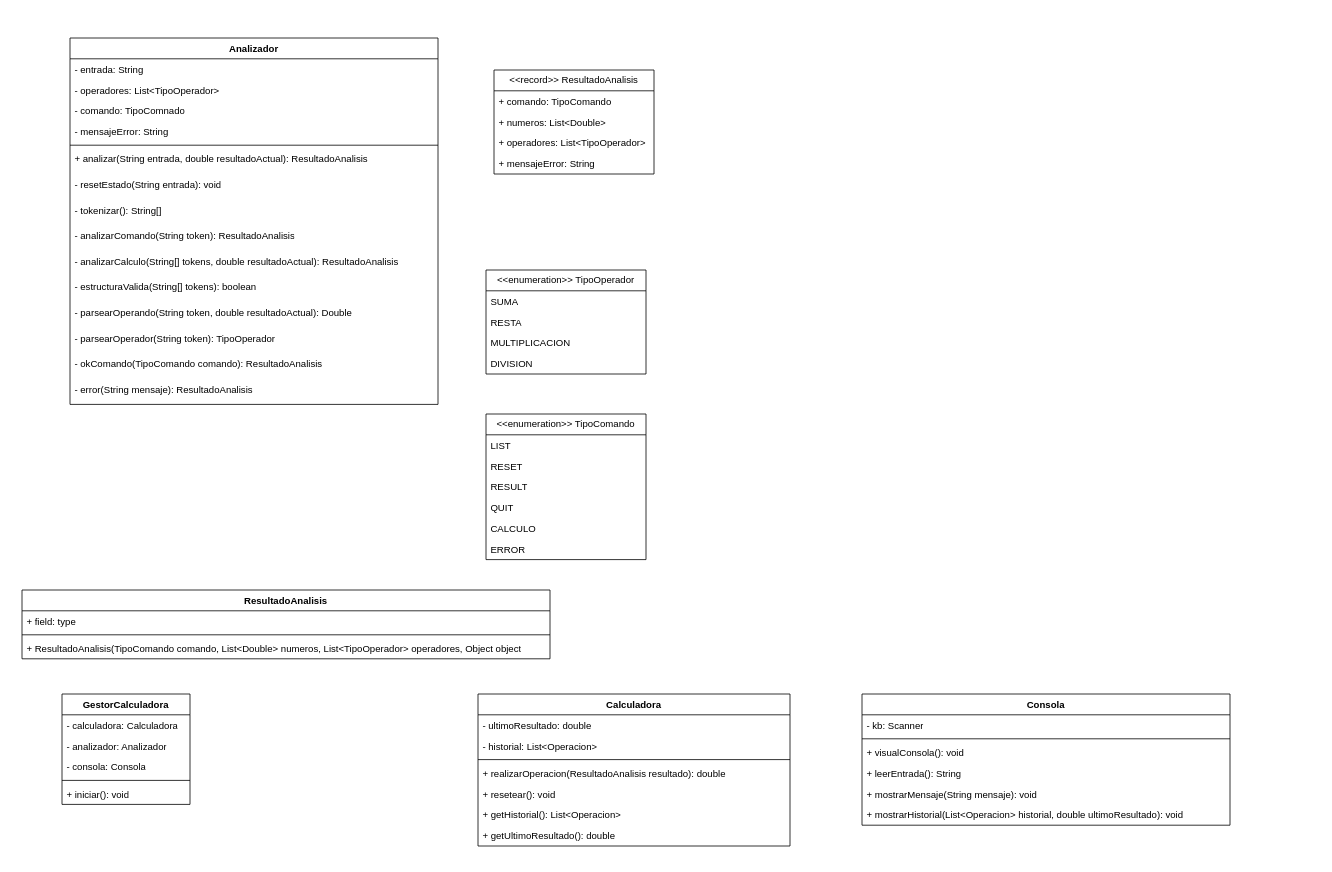
The draw.io diagram diagrama/diagrama.drawio in jgonbur142/P04_Calculadora_Especial, before the edit. Source tidied: cells renumbered, new cells numbered last; positions are measured from the earlier drawing's top-left corner, leaving out a move shared by most shapes. Both pictures are drawn from the tidied source at 80%, with x=0, y=0 at pixel (22, 38).
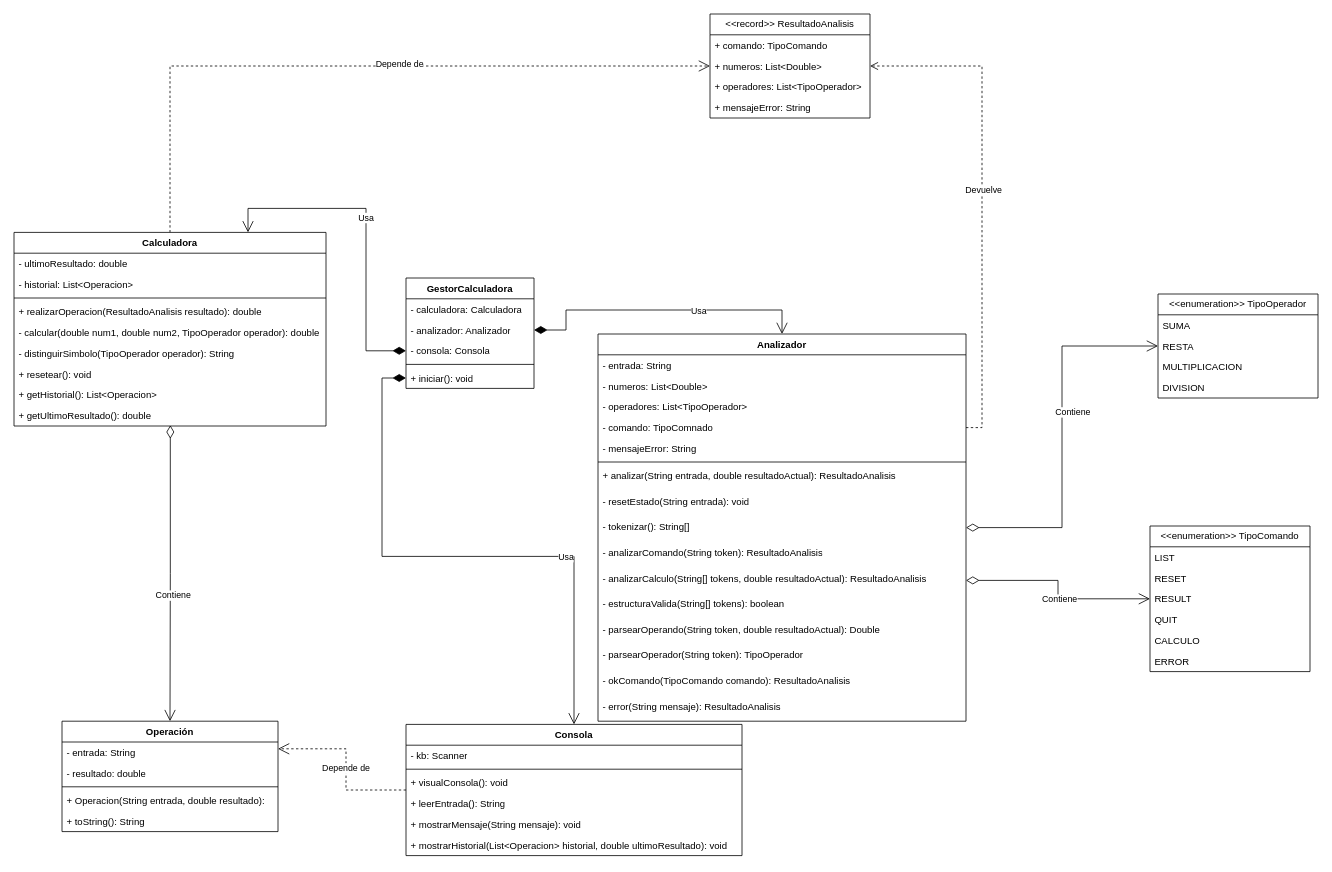
The same diagram, later.

Commit message (it also covers changes not shown here):
||Trabajo en casa||Calculadora terminada, Analizador, Consola, Gestor, Calculadora y Operacion editadas + UML terminado.

Unchanged cells that the change refers to:
```xml
<mxCell id="20" value="+ numeros: List&amp;lt;Double&amp;gt;" style="text;strokeColor=none;fillColor=none;align=left;verticalAlign=top;spacingLeft=4;spacingRight=4;overflow=hidden;points=[[0,0.5],[1,0.5]];portConstraint=eastwest;whiteSpace=wrap;html=1;" parent="18" vertex="1">
  <mxGeometry y="52" width="200" height="26" as="geometry" />
</mxCell>
<mxCell id="25" value="RESTA" style="text;strokeColor=none;fillColor=none;align=left;verticalAlign=top;spacingLeft=4;spacingRight=4;overflow=hidden;points=[[0,0.5],[1,0.5]];portConstraint=eastwest;whiteSpace=wrap;html=1;" parent="23" vertex="1">
  <mxGeometry y="52" width="200" height="26" as="geometry" />
</mxCell>
<mxCell id="31" value="RESULT" style="text;strokeColor=none;fillColor=none;align=left;verticalAlign=top;spacingLeft=4;spacingRight=4;overflow=hidden;points=[[0,0.5],[1,0.5]];portConstraint=eastwest;whiteSpace=wrap;html=1;" parent="28" vertex="1">
  <mxGeometry y="78" width="200" height="26" as="geometry" />
</mxCell>
<mxCell id="41" value="- analizador: Analizador" style="text;strokeColor=none;fillColor=none;align=left;verticalAlign=top;spacingLeft=4;spacingRight=4;overflow=hidden;points=[[0,0.5],[1,0.5]];portConstraint=eastwest;whiteSpace=wrap;html=1;" parent="39" vertex="1">
  <mxGeometry y="52" width="160" height="26" as="geometry" />
</mxCell>
<mxCell id="42" value="- consola: Consola" style="text;strokeColor=none;fillColor=none;align=left;verticalAlign=top;spacingLeft=4;spacingRight=4;overflow=hidden;points=[[0,0.5],[1,0.5]];portConstraint=eastwest;whiteSpace=wrap;html=1;" parent="39" vertex="1">
  <mxGeometry y="78" width="160" height="26" as="geometry" />
</mxCell>
<mxCell id="44" value="+ iniciar(): void" style="text;strokeColor=none;fillColor=none;align=left;verticalAlign=top;spacingLeft=4;spacingRight=4;overflow=hidden;points=[[0,0.5],[1,0.5]];portConstraint=eastwest;whiteSpace=wrap;html=1;" parent="39" vertex="1">
  <mxGeometry y="112" width="160" height="26" as="geometry" />
</mxCell>
```

The edit, as a diff of the source:
```diff
@@
+    <mxCell id="60" value="Contiene" style="edgeStyle=orthogonalEdgeStyle;rounded=0;jettySize=auto;html=1;entryX=0;entryY=0.5;entryDx=0;entryDy=0;endArrow=open;endSize=12;startArrow=diamondThin;startSize=14;startFill=0;align=left;verticalAlign=bottom;" parent="1" edge="1" source="2" target="25">
+      <mxGeometry x="0.09" y="10" relative="1" as="geometry" />
+    </mxCell>
     <mxCell id="2" value="Analizador" style="swimlane;fontStyle=1;align=center;verticalAlign=top;horizontal=1;startSize=26;whiteSpace=wrap;html=1;" parent="1" vertex="1">
-      <mxGeometry x="60" width="460" height="458" as="geometry" />
+      <mxGeometry x="720" y="370" width="460" height="484" as="geometry" />
     </mxCell>
@@
+    <mxCell id="61" value="- numeros: List&amp;lt;Double&amp;gt;" style="text;strokeColor=none;fillColor=none;align=left;verticalAlign=top;spacingLeft=4;spacingRight=4;overflow=hidden;whiteSpace=wrap;html=1;" parent="2" vertex="1">
+      <mxGeometry y="52" width="460" height="26" as="geometry" />
+    </mxCell>
     <mxCell id="4" value="- operadores: List&amp;lt;TipoOperador&amp;gt;" style="text;strokeColor=none;fillColor=none;align=left;verticalAlign=top;spacingLeft=4;spacingRight=4;overflow=hidden;whiteSpace=wrap;html=1;" parent="2" vertex="1">
-      <mxGeometry y="52" width="460" height="26" as="geometry" />
+      <mxGeometry y="78" width="460" height="26" as="geometry" />
     </mxCell>
     <mxCell id="5" value="- comando: TipoComnado" style="text;strokeColor=none;fillColor=none;align=left;verticalAlign=top;spacingLeft=4;spacingRight=4;overflow=hidden;points=[[0,0.5],[1,0.5]];portConstraint=eastwest;whiteSpace=wrap;html=1;" parent="2" vertex="1">
-      <mxGeometry y="78" width="460" height="26" as="geometry" />
+      <mxGeometry y="104" width="460" height="26" as="geometry" />
     </mxCell>
     <mxCell id="6" value="- mensajeError: String" style="text;strokeColor=none;fillColor=none;align=left;verticalAlign=top;spacingLeft=4;spacingRight=4;overflow=hidden;whiteSpace=wrap;html=1;" parent="2" vertex="1">
-      <mxGeometry y="104" width="460" height="26" as="geometry" />
+      <mxGeometry y="130" width="460" height="26" as="geometry" />
     </mxCell>
     <mxCell id="7" style="line;strokeWidth=1;fillColor=none;align=left;verticalAlign=middle;spacingTop=-1;spacingLeft=3;spacingRight=3;labelPosition=right;strokeColor=inherit;" parent="2" vertex="1">
-      <mxGeometry y="130" width="460" height="8" as="geometry" />
+      <mxGeometry y="156" width="460" height="8" as="geometry" />
     </mxCell>
     <mxCell id="8" value="+ analizar(String entrada, double resultadoActual): ResultadoAnalisis" style="text;strokeColor=none;fillColor=none;align=left;verticalAlign=top;spacingLeft=4;spacingRight=4;overflow=hidden;whiteSpace=wrap;html=1;" parent="2" vertex="1">
-      <mxGeometry y="138" width="460" height="32" as="geometry" />
+      <mxGeometry y="164" width="460" height="32" as="geometry" />
     </mxCell>
     <mxCell id="9" value="- resetEstado(String entrada): void" style="text;strokeColor=none;fillColor=none;align=left;verticalAlign=top;spacingLeft=4;spacingRight=4;overflow=hidden;whiteSpace=wrap;html=1;" parent="2" vertex="1">
-      <mxGeometry y="170" width="460" height="32" as="geometry" />
+      <mxGeometry y="196" width="460" height="32" as="geometry" />
     </mxCell>
     <mxCell id="10" value="- tokenizar(): String[]" style="text;strokeColor=none;fillColor=none;align=left;verticalAlign=top;spacingLeft=4;spacingRight=4;overflow=hidden;whiteSpace=wrap;html=1;" parent="2" vertex="1">
-      <mxGeometry y="202" width="460" height="32" as="geometry" />
+      <mxGeometry y="228" width="460" height="32" as="geometry" />
     </mxCell>
     <mxCell id="11" value="- analizarComando(String token): ResultadoAnalisis" style="text;strokeColor=none;fillColor=none;align=left;verticalAlign=top;spacingLeft=4;spacingRight=4;overflow=hidden;whiteSpace=wrap;html=1;" parent="2" vertex="1">
-      <mxGeometry y="234" width="460" height="32" as="geometry" />
+      <mxGeometry y="260" width="460" height="32" as="geometry" />
     </mxCell>
     <mxCell id="12" value="- analizarCalculo(String[] tokens, double resultadoActual): ResultadoAnalisis" style="text;strokeColor=none;fillColor=none;align=left;verticalAlign=top;spacingLeft=4;spacingRight=4;overflow=hidden;points=[[0,0.5],[1,0.5]];portConstraint=eastwest;whiteSpace=wrap;html=1;" parent="2" vertex="1">
-      <mxGeometry y="266" width="460" height="32" as="geometry" />
+      <mxGeometry y="292" width="460" height="32" as="geometry" />
     </mxCell>
     <mxCell id="13" value="- estructuraValida(String[] tokens): boolean" style="text;strokeColor=none;fillColor=none;align=left;verticalAlign=top;spacingLeft=4;spacingRight=4;overflow=hidden;whiteSpace=wrap;html=1;" parent="2" vertex="1">
-      <mxGeometry y="298" width="460" height="32" as="geometry" />
+      <mxGeometry y="324" width="460" height="32" as="geometry" />
     </mxCell>
     <mxCell id="14" value="- parsearOperando(String token, double resultadoActual): Double" style="text;strokeColor=none;fillColor=none;align=left;verticalAlign=top;spacingLeft=4;spacingRight=4;overflow=hidden;whiteSpace=wrap;html=1;" parent="2" vertex="1">
-      <mxGeometry y="330" width="460" height="32" as="geometry" />
+      <mxGeometry y="356" width="460" height="32" as="geometry" />
     </mxCell>
     <mxCell id="15" value="- parsearOperador(String token): TipoOperador" style="text;strokeColor=none;fillColor=none;align=left;verticalAlign=top;spacingLeft=4;spacingRight=4;overflow=hidden;whiteSpace=wrap;html=1;" parent="2" vertex="1">
-      <mxGeometry y="362" width="460" height="32" as="geometry" />
+      <mxGeometry y="388" width="460" height="32" as="geometry" />
     </mxCell>
     <mxCell id="16" value="- okComando(TipoComando comando): ResultadoAnalisis" style="text;strokeColor=none;fillColor=none;align=left;verticalAlign=top;spacingLeft=4;spacingRight=4;overflow=hidden;whiteSpace=wrap;html=1;" parent="2" vertex="1">
-      <mxGeometry y="394" width="460" height="32" as="geometry" />
+      <mxGeometry y="420" width="460" height="32" as="geometry" />
     </mxCell>
     <mxCell id="17" value="- error(String mensaje): ResultadoAnalisis" style="text;strokeColor=none;fillColor=none;align=left;verticalAlign=top;spacingLeft=4;spacingRight=4;overflow=hidden;whiteSpace=wrap;html=1;" parent="2" vertex="1">
-      <mxGeometry y="426" width="460" height="32" as="geometry" />
+      <mxGeometry y="452" width="460" height="32" as="geometry" />
     </mxCell>
     <mxCell id="18" value="&amp;lt;&amp;lt;record&amp;gt;&amp;gt; ResultadoAnalisis" style="swimlane;fontStyle=0;horizontal=1;startSize=26;fillColor=none;whiteSpace=wrap;html=1;" parent="1" vertex="1">
-      <mxGeometry x="590" y="40" width="200" height="130" as="geometry" />
+      <mxGeometry x="860" y="-30" width="200" height="130" as="geometry" />
     </mxCell>
@@
     <mxCell id="23" value="&amp;lt;&amp;lt;enumeration&amp;gt;&amp;gt; TipoOperador" style="swimlane;fontStyle=0;horizontal=1;startSize=26;fillColor=none;whiteSpace=wrap;html=1;" parent="1" vertex="1">
-      <mxGeometry x="580" y="290" width="200" height="130" as="geometry" />
+      <mxGeometry x="1420" y="320" width="200" height="130" as="geometry" />
     </mxCell>
@@
     <mxCell id="28" value="&amp;lt;&amp;lt;enumeration&amp;gt;&amp;gt; TipoComando" style="swimlane;fontStyle=0;horizontal=1;startSize=26;fillColor=none;whiteSpace=wrap;html=1;" parent="1" vertex="1">
-      <mxGeometry x="580" y="470" width="200" height="182" as="geometry" />
+      <mxGeometry x="1410" y="610" width="200" height="182" as="geometry" />
     </mxCell>
@@
-    <mxCell id="35" value="ResultadoAnalisis" style="swimlane;fontStyle=1;align=center;verticalAlign=top;horizontal=1;startSize=26;whiteSpace=wrap;html=1;" parent="1" vertex="1">
-      <mxGeometry y="690" width="660" height="86" as="geometry" />
+    <mxCell id="35" value="Operación" style="swimlane;fontStyle=1;align=center;verticalAlign=top;horizontal=1;startSize=26;whiteSpace=wrap;html=1;" parent="1" vertex="1">
+      <mxGeometry x="50" y="854" width="270" height="138" as="geometry" />
     </mxCell>
-    <mxCell id="36" value="+ field: type" style="text;strokeColor=none;fillColor=none;align=left;verticalAlign=top;spacingLeft=4;spacingRight=4;overflow=hidden;whiteSpace=wrap;html=1;" parent="35" vertex="1">
-      <mxGeometry y="26" width="660" height="26" as="geometry" />
+    <mxCell id="36" value="- entrada: String" style="text;strokeColor=none;fillColor=none;align=left;verticalAlign=top;spacingLeft=4;spacingRight=4;overflow=hidden;whiteSpace=wrap;html=1;" parent="35" vertex="1">
+      <mxGeometry y="26" width="270" height="26" as="geometry" />
     </mxCell>
+    <mxCell id="62" value="- resultado: double" style="text;strokeColor=none;fillColor=none;align=left;verticalAlign=top;spacingLeft=4;spacingRight=4;overflow=hidden;whiteSpace=wrap;html=1;" parent="35" vertex="1">
+      <mxGeometry y="52" width="270" height="26" as="geometry" />
+    </mxCell>
     <mxCell id="37" style="line;strokeWidth=1;fillColor=none;align=left;verticalAlign=middle;spacingTop=-1;spacingLeft=3;spacingRight=3;labelPosition=right;strokeColor=inherit;" parent="35" vertex="1">
-      <mxGeometry y="52" width="660" height="8" as="geometry" />
+      <mxGeometry y="78" width="270" height="8" as="geometry" />
     </mxCell>
+    <mxCell id="63" value="+ Operacion(String entrada, double resultado):" style="text;strokeColor=none;fillColor=none;align=left;verticalAlign=top;spacingLeft=4;spacingRight=4;overflow=hidden;whiteSpace=wrap;html=1;" parent="35" vertex="1">
+      <mxGeometry y="86" width="270" height="26" as="geometry" />
+    </mxCell>
-    <mxCell id="38" value="+ ResultadoAnalisis(TipoComando comando, List&amp;lt;Double&amp;gt; numeros, List&amp;lt;TipoOperador&amp;gt; operadores, Object object" style="text;strokeColor=none;fillColor=none;align=left;verticalAlign=top;spacingLeft=4;spacingRight=4;overflow=hidden;whiteSpace=wrap;html=1;" parent="35" vertex="1">
-      <mxGeometry y="60" width="660" height="26" as="geometry" />
+    <mxCell id="38" value="+ toString(): String" style="text;strokeColor=none;fillColor=none;align=left;verticalAlign=top;spacingLeft=4;spacingRight=4;overflow=hidden;whiteSpace=wrap;html=1;" parent="35" vertex="1">
+      <mxGeometry y="112" width="270" height="26" as="geometry" />
     </mxCell>
     <mxCell id="39" value="GestorCalculadora" style="swimlane;fontStyle=1;align=center;verticalAlign=top;horizontal=1;startSize=26;whiteSpace=wrap;html=1;" parent="1" vertex="1">
-      <mxGeometry x="50" y="820" width="160" height="138" as="geometry" />
+      <mxGeometry x="480" y="300" width="160" height="138" as="geometry" />
     </mxCell>
@@
+    <mxCell id="64" style="edgeStyle=orthogonalEdgeStyle;rounded=0;jettySize=auto;html=1;entryX=0;entryY=0.5;entryDx=0;entryDy=0;endArrow=open;endSize=12;dashed=1;" parent="1" edge="1" source="45" target="20">
+      <mxGeometry relative="1" as="geometry" />
+    </mxCell>
+    <mxCell id="65" value="Depende de" style="edgeLabel;html=1;align=center;verticalAlign=middle;" parent="64" vertex="1">
+      <mxGeometry x="0.12" y="3" relative="1" as="geometry" />
+    </mxCell>
     <mxCell id="45" value="Calculadora" style="swimlane;fontStyle=1;align=center;verticalAlign=top;horizontal=1;startSize=26;whiteSpace=wrap;html=1;" parent="1" vertex="1">
-      <mxGeometry x="570" y="820" width="390" height="190" as="geometry" />
+      <mxGeometry x="-10" y="243" width="390" height="242" as="geometry" />
     </mxCell>
@@
+    <mxCell id="66" value="+ realizarOperacion(ResultadoAnalisis resultado): double" style="text;strokeColor=none;fillColor=none;align=left;verticalAlign=top;spacingLeft=4;spacingRight=4;overflow=hidden;whiteSpace=wrap;html=1;" parent="45" vertex="1">
+      <mxGeometry y="86" width="390" height="26" as="geometry" />
+    </mxCell>
+    <mxCell id="67" value="- calcular(double num1, double num2, TipoOperador operador): double" style="text;strokeColor=none;fillColor=none;align=left;verticalAlign=top;spacingLeft=4;spacingRight=4;overflow=hidden;whiteSpace=wrap;html=1;" parent="45" vertex="1">
+      <mxGeometry y="112" width="390" height="26" as="geometry" />
+    </mxCell>
-    <mxCell id="49" value="+ realizarOperacion(ResultadoAnalisis resultado): double" style="text;strokeColor=none;fillColor=none;align=left;verticalAlign=top;spacingLeft=4;spacingRight=4;overflow=hidden;whiteSpace=wrap;html=1;" parent="45" vertex="1">
-      <mxGeometry y="86" width="390" height="26" as="geometry" />
+    <mxCell id="49" value="- distinguirSimbolo(TipoOperador operador): String" style="text;strokeColor=none;fillColor=none;align=left;verticalAlign=top;spacingLeft=4;spacingRight=4;overflow=hidden;whiteSpace=wrap;html=1;" parent="45" vertex="1">
+      <mxGeometry y="138" width="390" height="26" as="geometry" />
     </mxCell>
     <mxCell id="50" value="+ resetear(): void" style="text;strokeColor=none;fillColor=none;align=left;verticalAlign=top;spacingLeft=4;spacingRight=4;overflow=hidden;whiteSpace=wrap;html=1;" parent="45" vertex="1">
-      <mxGeometry y="112" width="390" height="26" as="geometry" />
+      <mxGeometry y="164" width="390" height="26" as="geometry" />
     </mxCell>
     <mxCell id="51" value="+ getHistorial(): List&amp;lt;Operacion&amp;gt;" style="text;strokeColor=none;fillColor=none;align=left;verticalAlign=top;spacingLeft=4;spacingRight=4;overflow=hidden;whiteSpace=wrap;html=1;" parent="45" vertex="1">
-      <mxGeometry y="138" width="390" height="26" as="geometry" />
+      <mxGeometry y="190" width="390" height="26" as="geometry" />
     </mxCell>
     <mxCell id="52" value="+ getUltimoResultado(): double" style="text;strokeColor=none;fillColor=none;align=left;verticalAlign=top;spacingLeft=4;spacingRight=4;overflow=hidden;points=[[0,0.5],[1,0.5]];portConstraint=eastwest;whiteSpace=wrap;html=1;" parent="45" vertex="1">
-      <mxGeometry y="164" width="390" height="26" as="geometry" />
+      <mxGeometry y="216" width="390" height="26" as="geometry" />
     </mxCell>
+    <mxCell id="68" style="edgeStyle=orthogonalEdgeStyle;rounded=0;jettySize=auto;html=1;entryX=1;entryY=0.25;entryDx=0;entryDy=0;endArrow=open;endSize=12;dashed=1;" parent="1" edge="1" source="53" target="35">
+      <mxGeometry relative="1" as="geometry" />
+    </mxCell>
+    <mxCell id="69" value="Depende de" style="edgeLabel;html=1;align=center;verticalAlign=middle;" parent="68" vertex="1">
+      <mxGeometry x="-0.03" y="1" relative="1" as="geometry" />
+    </mxCell>
     <mxCell id="53" value="Consola" style="swimlane;fontStyle=1;align=center;verticalAlign=top;horizontal=1;startSize=26;whiteSpace=wrap;html=1;" parent="1" vertex="1">
-      <mxGeometry x="1050" y="820" width="460" height="164" as="geometry" />
+      <mxGeometry x="480" y="858" width="420" height="164" as="geometry" />
     </mxCell>
     <mxCell id="54" value="- kb: Scanner" style="text;strokeColor=none;fillColor=none;align=left;verticalAlign=top;spacingLeft=4;spacingRight=4;overflow=hidden;whiteSpace=wrap;html=1;" parent="53" vertex="1">
-      <mxGeometry y="26" width="460" height="26" as="geometry" />
+      <mxGeometry y="26" width="420" height="26" as="geometry" />
     </mxCell>
     <mxCell id="55" style="line;strokeWidth=1;fillColor=none;align=left;verticalAlign=middle;spacingTop=-1;spacingLeft=3;spacingRight=3;labelPosition=right;strokeColor=inherit;" parent="53" vertex="1">
-      <mxGeometry y="52" width="460" height="8" as="geometry" />
+      <mxGeometry y="52" width="420" height="8" as="geometry" />
     </mxCell>
     <mxCell id="56" value="+ visualConsola(): void" style="text;strokeColor=none;fillColor=none;align=left;verticalAlign=top;spacingLeft=4;spacingRight=4;overflow=hidden;whiteSpace=wrap;html=1;" parent="53" vertex="1">
-      <mxGeometry y="60" width="460" height="26" as="geometry" />
+      <mxGeometry y="60" width="420" height="26" as="geometry" />
     </mxCell>
     <mxCell id="57" value="+ leerEntrada(): String" style="text;strokeColor=none;fillColor=none;align=left;verticalAlign=top;spacingLeft=4;spacingRight=4;overflow=hidden;whiteSpace=wrap;html=1;" parent="53" vertex="1">
-      <mxGeometry y="86" width="460" height="26" as="geometry" />
+      <mxGeometry y="86" width="420" height="26" as="geometry" />
     </mxCell>
     <mxCell id="58" value="+ mostrarMensaje(String mensaje): void" style="text;strokeColor=none;fillColor=none;align=left;verticalAlign=top;spacingLeft=4;spacingRight=4;overflow=hidden;whiteSpace=wrap;html=1;" parent="53" vertex="1">
-      <mxGeometry y="112" width="460" height="26" as="geometry" />
+      <mxGeometry y="112" width="420" height="26" as="geometry" />
     </mxCell>
     <mxCell id="59" value="+ mostrarHistorial(List&amp;lt;Operacion&amp;gt; historial, double ultimoResultado): void" style="text;strokeColor=none;fillColor=none;align=left;verticalAlign=top;spacingLeft=4;spacingRight=4;overflow=hidden;whiteSpace=wrap;html=1;" parent="53" vertex="1">
-      <mxGeometry y="138" width="460" height="26" as="geometry" />
+      <mxGeometry y="138" width="420" height="26" as="geometry" />
     </mxCell>
+    <mxCell id="70" style="edgeStyle=orthogonalEdgeStyle;rounded=0;jettySize=auto;html=1;exitX=1;exitY=0.5;exitDx=0;exitDy=0;entryX=0;entryY=0.5;entryDx=0;entryDy=0;endArrow=open;endSize=12;startArrow=diamondThin;startSize=14;startFill=0;align=left;verticalAlign=bottom;" parent="1" edge="1" source="12" target="31">
+      <mxGeometry relative="1" as="geometry" />
+    </mxCell>
+    <mxCell id="71" value="Contiene" style="edgeLabel;html=1;align=center;verticalAlign=middle;" parent="70" vertex="1">
+      <mxGeometry x="0.1" relative="1" as="geometry" />
+    </mxCell>
+    <mxCell id="72" style="edgeStyle=orthogonalEdgeStyle;rounded=0;jettySize=auto;html=1;exitX=1;exitY=0.5;exitDx=0;exitDy=0;entryX=1;entryY=0.5;entryDx=0;entryDy=0;verticalAlign=bottom;endArrow=open;dashed=1;endSize=8;curved=0;" parent="1" edge="1" source="5" target="20">
+      <mxGeometry relative="1" as="geometry" />
+    </mxCell>
+    <mxCell id="73" value="Devuelve" style="edgeLabel;html=1;align=center;verticalAlign=middle;" parent="72" vertex="1">
+      <mxGeometry x="0.04" y="-1" relative="1" as="geometry" />
+    </mxCell>
+    <mxCell id="74" style="edgeStyle=orthogonalEdgeStyle;rounded=0;jettySize=auto;html=1;exitX=1;exitY=0.5;exitDx=0;exitDy=0;entryX=0.5;entryY=0;entryDx=0;entryDy=0;endArrow=open;endSize=12;startArrow=diamondThin;startSize=14;startFill=1;align=left;verticalAlign=bottom;" parent="1" edge="1" source="41" target="2">
+      <mxGeometry relative="1" as="geometry" />
+    </mxCell>
+    <mxCell id="75" value="Usa" style="edgeLabel;html=1;align=center;verticalAlign=middle;" parent="74" vertex="1">
+      <mxGeometry x="0.26" y="-1" relative="1" as="geometry" />
+    </mxCell>
+    <mxCell id="76" style="edgeStyle=orthogonalEdgeStyle;rounded=0;jettySize=auto;html=1;entryX=0.75;entryY=0;entryDx=0;entryDy=0;endArrow=open;endSize=12;startArrow=diamondThin;startSize=14;startFill=1;align=left;verticalAlign=bottom;exitX=0;exitY=0.5;exitDx=0;exitDy=0;" parent="1" edge="1" source="42" target="45">
+      <mxGeometry relative="1" as="geometry" />
+    </mxCell>
+    <mxCell id="77" value="Usa" style="edgeLabel;html=1;align=center;verticalAlign=middle;" parent="76" vertex="1">
+      <mxGeometry x="0.07" y="1" relative="1" as="geometry" />
+    </mxCell>
+    <mxCell id="78" style="edgeStyle=orthogonalEdgeStyle;rounded=0;jettySize=auto;html=1;exitX=0;exitY=0.5;exitDx=0;exitDy=0;entryX=0.5;entryY=0;entryDx=0;entryDy=0;endArrow=open;endSize=12;startArrow=diamondThin;startSize=14;startFill=1;align=left;verticalAlign=bottom;" parent="1" edge="1" source="44" target="53">
+      <mxGeometry relative="1" as="geometry" />
+    </mxCell>
+    <mxCell id="79" value="Usa" style="edgeLabel;html=1;align=center;verticalAlign=middle;" parent="78" vertex="1">
+      <mxGeometry x="0.37" relative="1" as="geometry" />
+    </mxCell>
+    <mxCell id="80" style="edgeStyle=orthogonalEdgeStyle;rounded=0;jettySize=auto;html=1;exitX=0.501;exitY=0.962;exitDx=0;exitDy=0;entryX=0.5;entryY=0;entryDx=0;entryDy=0;exitPerimeter=0;endArrow=open;endSize=12;startArrow=diamondThin;startSize=14;startFill=0;align=left;verticalAlign=bottom;" parent="1" edge="1" source="52" target="35">
+      <mxGeometry relative="1" as="geometry" />
+    </mxCell>
+    <mxCell id="81" value="Contiene" style="edgeLabel;html=1;align=center;verticalAlign=middle;" parent="80" vertex="1">
+      <mxGeometry x="0.15" y="3" relative="1" as="geometry" />
+    </mxCell>
```
